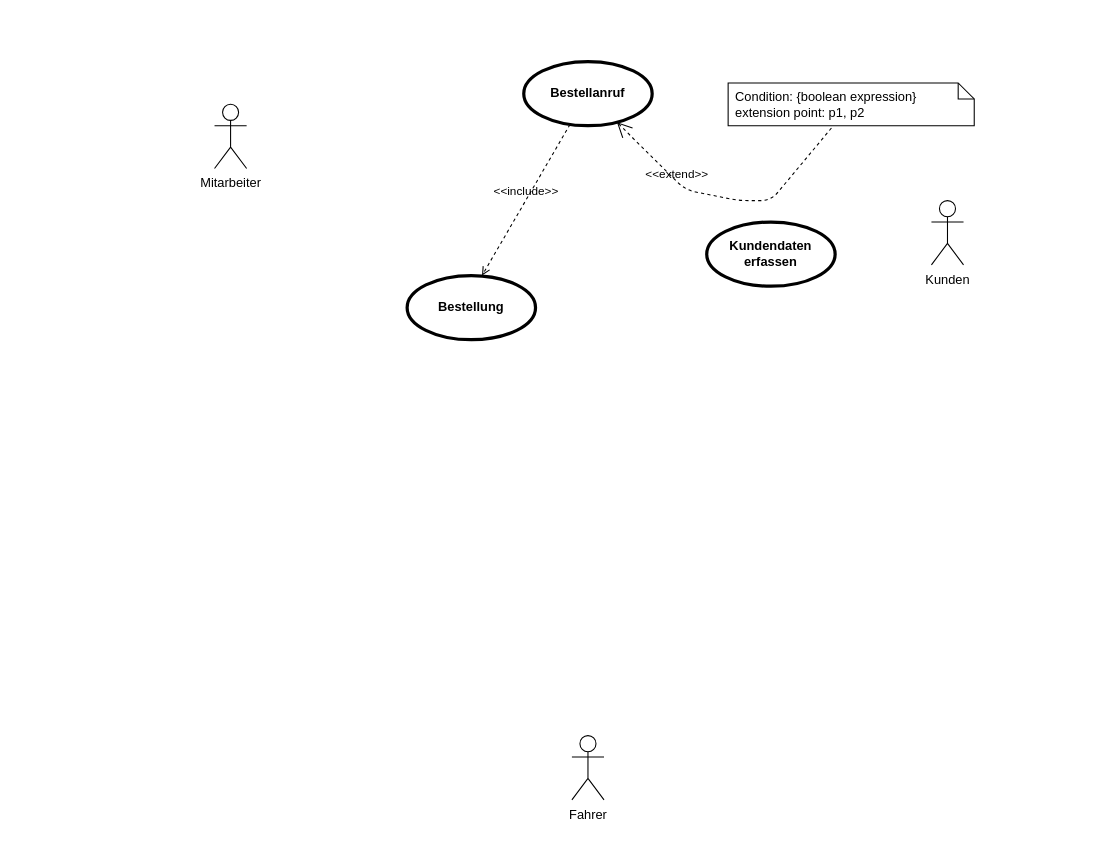
The draw.io diagram 02_UCD.drawio in Qbannes/01_UML_Diagramme, before the edit. Source tidied: cells renumbered, new cells numbered last; positions are measured from the earlier drawing's top-left corner, leaving out a move shared by most shapes. Both pictures are drawn from the tidied source at 107%, with x=0, y=0 at pixel (214, 61).
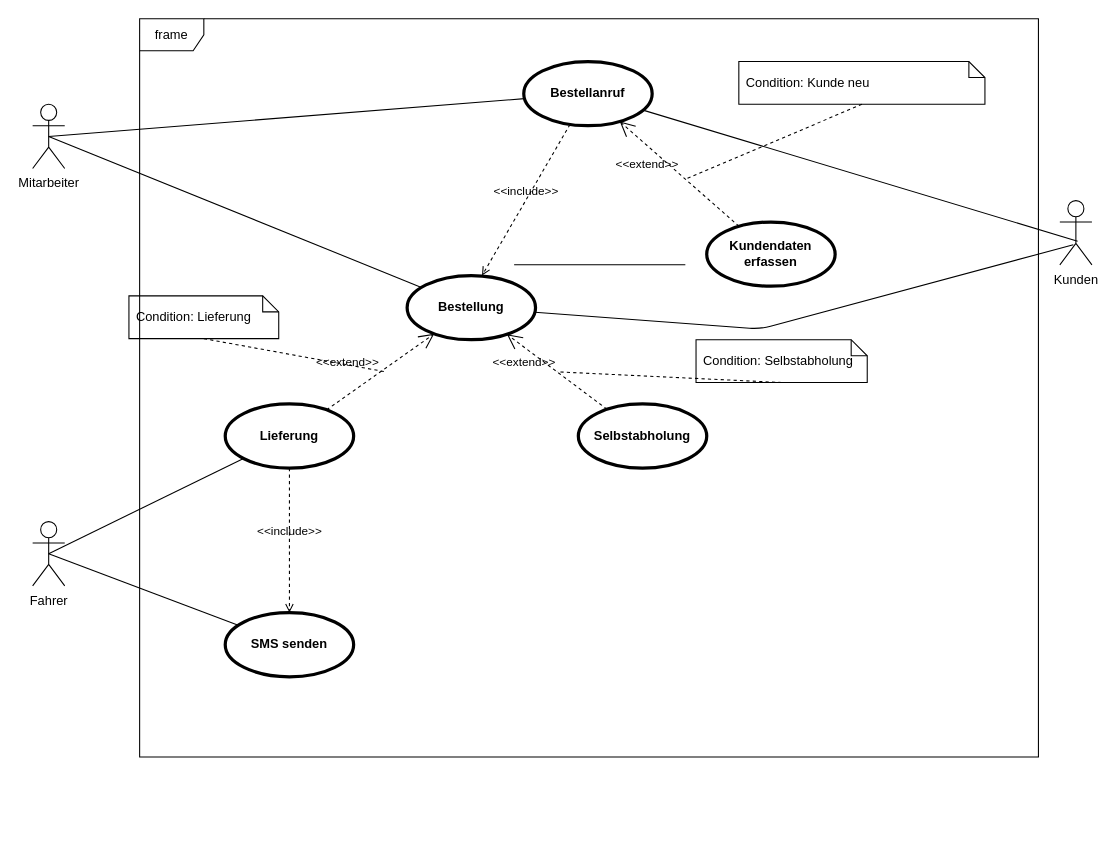
The same diagram, later.

Commit message:
Fertigstellung Pizzeria

The change refers to these unchanged cells:
```xml
<mxCell id="5" value="Bestellanruf" style="shape=ellipse;html=1;strokeWidth=3;fontStyle=1;whiteSpace=wrap;align=center;perimeter=ellipsePerimeter;" parent="1" vertex="1">
  <mxGeometry x="289" width="120" height="60" as="geometry" />
</mxCell>
<mxCell id="9" value="Kundendaten&lt;br&gt;erfassen" style="shape=ellipse;html=1;strokeWidth=3;fontStyle=1;whiteSpace=wrap;align=center;perimeter=ellipsePerimeter;" parent="1" vertex="1">
  <mxGeometry x="460" y="150" width="120" height="60" as="geometry" />
</mxCell>
<mxCell id="10" value="Bestellung" style="shape=ellipse;html=1;strokeWidth=3;fontStyle=1;whiteSpace=wrap;align=center;perimeter=ellipsePerimeter;" parent="1" vertex="1">
  <mxGeometry x="180" y="200" width="120" height="60" as="geometry" />
</mxCell>
```

Diff of the diagram source:
```diff
@@
     <mxCell id="2" value="Kunden&lt;br&gt;" style="shape=umlActor;verticalLabelPosition=bottom;verticalAlign=top;html=1;" parent="1" vertex="1">
-      <mxGeometry x="670" y="130" width="30" height="60" as="geometry" />
+      <mxGeometry x="790" y="130" width="30" height="60" as="geometry" />
     </mxCell>
     <mxCell id="3" value="Fahrer&lt;br&gt;" style="shape=umlActor;verticalLabelPosition=bottom;verticalAlign=top;html=1;" parent="1" vertex="1">
-      <mxGeometry x="334" y="630" width="30" height="60" as="geometry" />
+      <mxGeometry x="-170" y="430" width="30" height="60" as="geometry" />
     </mxCell>
     <mxCell id="4" value="Mitarbeiter" style="shape=umlActor;verticalLabelPosition=bottom;verticalAlign=top;html=1;" parent="1" vertex="1">
-      <mxGeometry y="40" width="30" height="60" as="geometry" />
+      <mxGeometry x="-170" y="40" width="30" height="60" as="geometry" />
     </mxCell>
@@
-    <mxCell id="7" value="&amp;lt;&amp;lt;extend&amp;gt;&amp;gt;" style="edgeStyle=none;html=1;startArrow=open;endArrow=none;startSize=12;verticalAlign=bottom;dashed=1;labelBackgroundColor=none;" parent="1" edge="1" source="5" target="8">
-      <mxGeometry x="-0.39" y="-1" relative="1" as="geometry">
-        <Array as="points">
-          <mxPoint x="440" y="120" />
-          <mxPoint x="490" y="130" />
-          <mxPoint x="520" y="130" />
-        </Array>
-      </mxGeometry>
-    </mxCell>
-    <mxCell id="8" value="Condition: {boolean expression}&#10;extension point: p1, p2" style="shape=note;size=15;spacingLeft=5;align=left;whiteSpace=wrap;" parent="1" vertex="1">
-      <mxGeometry x="480" y="20" width="230" height="40" as="geometry" />
-    </mxCell>
@@
+    <mxCell id="11" value="Condition: Kunde neu" style="shape=note;size=15;spacingLeft=5;align=left;whiteSpace=wrap;" parent="1" vertex="1">
+      <mxGeometry x="490" width="230" height="40" as="geometry" />
+    </mxCell>
+    <mxCell id="12" value="&amp;lt;&amp;lt;extend&amp;gt;&amp;gt;" style="align=right;html=1;verticalAlign=bottom;rounded=0;labelBackgroundColor=none;endArrow=open;endSize=12;dashed=1;" parent="1" edge="1" source="9" target="5">
+      <mxGeometry relative="1" as="geometry" />
+    </mxCell>
+    <mxCell id="13" style="edgeStyle=none;html=1;endArrow=none;rounded=0;labelBackgroundColor=none;dashed=1;exitX=0.5;exitY=1;" parent="1" edge="1" source="11">
+      <mxGeometry relative="1" as="geometry">
+        <mxPoint x="440" y="110" as="targetPoint" />
+      </mxGeometry>
+    </mxCell>
+    <mxCell id="14" style="edgeStyle=none;html=1;endArrow=none;verticalAlign=bottom;" parent="1" edge="1">
+      <mxGeometry relative="1" as="geometry">
+        <mxPoint x="280" y="190" as="sourcePoint" />
+        <mxPoint x="440" y="190" as="targetPoint" />
+      </mxGeometry>
+    </mxCell>
+    <mxCell id="15" style="edgeStyle=none;html=1;endArrow=none;verticalAlign=bottom;exitX=0.5;exitY=0.5;exitDx=0;exitDy=0;exitPerimeter=0;" parent="1" edge="1" source="4" target="5">
+      <mxGeometry relative="1" as="geometry" />
+    </mxCell>
+    <mxCell id="16" style="edgeStyle=none;html=1;endArrow=none;verticalAlign=bottom;exitX=0.5;exitY=0.5;exitDx=0;exitDy=0;exitPerimeter=0;" parent="1" edge="1" source="4" target="10">
+      <mxGeometry relative="1" as="geometry" />
+    </mxCell>
+    <mxCell id="17" style="edgeStyle=none;html=1;endArrow=none;verticalAlign=bottom;exitX=0.553;exitY=0.633;exitDx=0;exitDy=0;exitPerimeter=0;" parent="1" edge="1" source="2" target="5">
+      <mxGeometry relative="1" as="geometry" />
+    </mxCell>
+    <mxCell id="18" style="edgeStyle=none;html=1;endArrow=none;verticalAlign=bottom;entryX=0.42;entryY=0.687;entryDx=0;entryDy=0;entryPerimeter=0;" parent="1" edge="1" source="10" target="2">
+      <mxGeometry relative="1" as="geometry">
+        <Array as="points">
+          <mxPoint x="510" y="250" />
+        </Array>
+      </mxGeometry>
+    </mxCell>
+    <mxCell id="19" value="Selbstabholung" style="shape=ellipse;html=1;strokeWidth=3;fontStyle=1;whiteSpace=wrap;align=center;perimeter=ellipsePerimeter;" parent="1" vertex="1">
+      <mxGeometry x="340" y="320" width="120" height="60" as="geometry" />
+    </mxCell>
+    <mxCell id="20" value="Lieferung" style="shape=ellipse;html=1;strokeWidth=3;fontStyle=1;whiteSpace=wrap;align=center;perimeter=ellipsePerimeter;" parent="1" vertex="1">
+      <mxGeometry x="10" y="320" width="120" height="60" as="geometry" />
+    </mxCell>
+    <mxCell id="21" value="Condition: Selbstabholung" style="shape=note;size=15;spacingLeft=5;align=left;whiteSpace=wrap;" parent="1" vertex="1">
+      <mxGeometry x="450" y="260" width="160" height="40" as="geometry" />
+    </mxCell>
+    <mxCell id="22" value="&amp;lt;&amp;lt;extend&amp;gt;&amp;gt;" style="align=right;html=1;verticalAlign=bottom;rounded=0;labelBackgroundColor=none;endArrow=open;endSize=12;dashed=1;" parent="1" edge="1" source="19" target="10">
+      <mxGeometry relative="1" as="geometry" />
+    </mxCell>
+    <mxCell id="23" style="edgeStyle=none;html=1;endArrow=none;rounded=0;labelBackgroundColor=none;dashed=1;exitX=0.5;exitY=1;" parent="1" edge="1" source="21">
+      <mxGeometry relative="1" as="geometry">
+        <mxPoint x="320" y="290" as="targetPoint" />
+      </mxGeometry>
+    </mxCell>
+    <mxCell id="24" value="Condition: Lieferung" style="shape=note;size=15;spacingLeft=5;align=left;whiteSpace=wrap;" parent="1" vertex="1">
+      <mxGeometry x="-80" y="219" width="140" height="40" as="geometry" />
+    </mxCell>
+    <mxCell id="25" value="&amp;lt;&amp;lt;extend&amp;gt;&amp;gt;" style="align=right;html=1;verticalAlign=bottom;rounded=0;labelBackgroundColor=none;endArrow=open;endSize=12;dashed=1;" parent="1" edge="1" source="20" target="10">
+      <mxGeometry relative="1" as="geometry" />
+    </mxCell>
+    <mxCell id="26" style="edgeStyle=none;html=1;endArrow=none;rounded=0;labelBackgroundColor=none;dashed=1;exitX=0.5;exitY=1;" parent="1" edge="1" source="24">
+      <mxGeometry relative="1" as="geometry">
+        <mxPoint x="160" y="290" as="targetPoint" />
+      </mxGeometry>
+    </mxCell>
+    <mxCell id="27" style="edgeStyle=none;html=1;endArrow=none;verticalAlign=bottom;exitX=0.5;exitY=0.5;exitDx=0;exitDy=0;exitPerimeter=0;" parent="1" edge="1" source="3" target="20">
+      <mxGeometry relative="1" as="geometry" />
+    </mxCell>
+    <mxCell id="28" value="SMS senden" style="shape=ellipse;html=1;strokeWidth=3;fontStyle=1;whiteSpace=wrap;align=center;perimeter=ellipsePerimeter;" parent="1" vertex="1">
+      <mxGeometry x="10" y="515" width="120" height="60" as="geometry" />
+    </mxCell>
+    <mxCell id="29" value="&amp;lt;&amp;lt;include&amp;gt;&amp;gt;" style="edgeStyle=none;html=1;endArrow=open;verticalAlign=bottom;dashed=1;labelBackgroundColor=none;" parent="1" edge="1" source="20" target="28">
+      <mxGeometry relative="1" as="geometry" />
+    </mxCell>
+    <mxCell id="30" style="edgeStyle=none;html=1;endArrow=none;verticalAlign=bottom;exitX=0.5;exitY=0.5;exitDx=0;exitDy=0;exitPerimeter=0;" parent="1" edge="1" source="3" target="28">
+      <mxGeometry relative="1" as="geometry" />
+    </mxCell>
+    <mxCell id="31" value="frame" style="shape=umlFrame;whiteSpace=wrap;html=1;" parent="1" vertex="1">
+      <mxGeometry x="-70" y="-40" width="840" height="690" as="geometry" />
+    </mxCell>
```
